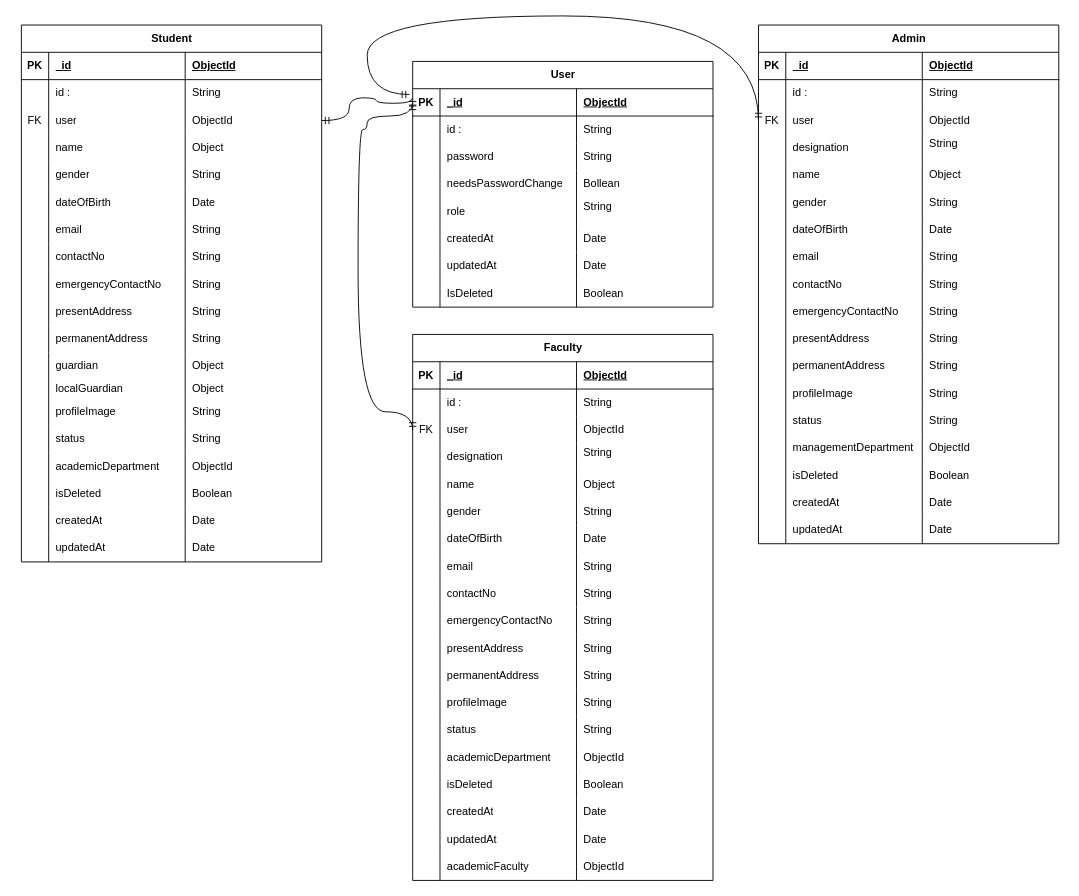
Above: Untitled Diagram.drawio in H-M-Nizum/University-Management (draw.io), before the change. Source tidied: cells renumbered, new cells numbered last; positions are measured from the earlier drawing's top-left corner, leaving out a move shared by most shapes. Both pictures are drawn from the tidied source at 91%, with x=0, y=0 at pixel (21, 15).
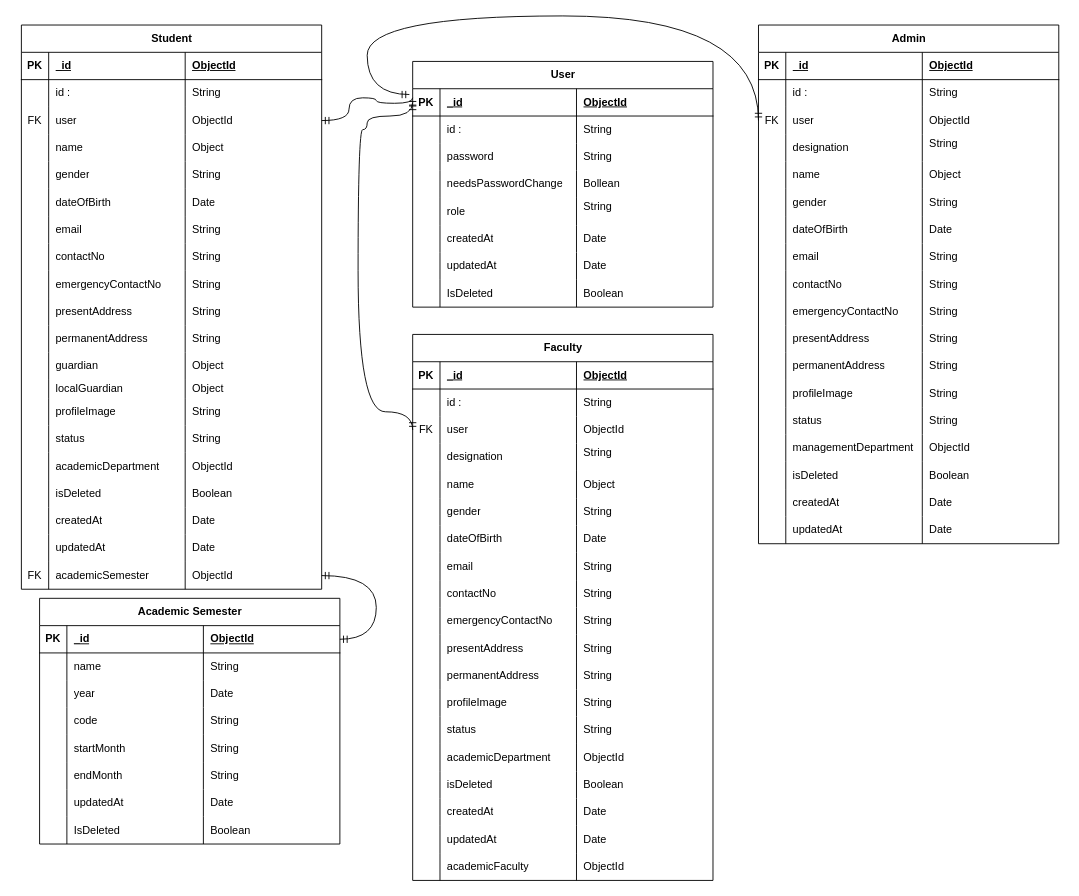
After the change.

Commit message (it also covers changes not shown here):
Create Academic Semester Interface Schema Model and Validation Schema

The edit, as a diff of the source:
```diff
@@
     <mxCell id="2" value="Student" style="shape=table;startSize=30;childLayout=tableLayout;rowLines=0;fontStyle=1;align=center;html=1;" parent="1" vertex="1">
-      <mxGeometry y="10" width="330" height="590" as="geometry" />
+      <mxGeometry y="10" width="330" height="620" as="geometry" />
     </mxCell>
@@
+    <mxCell id="265" style="shape=tableRow;horizontal=0;startSize=0;swimlaneHead=0;swimlaneBody=0;fillColor=none;points=[[0,0.5],[1,0.5]];portConstraint=eastwest;top=0;left=0;right=0;bottom=0;" parent="2" vertex="1">
+      <mxGeometry y="590" width="330" height="30" as="geometry" />
+    </mxCell>
+    <mxCell id="266" value="FK" style="shape=partialRectangle;fillColor=none;top=0;left=0;bottom=0;right=0;overflow=hidden;whiteSpace=wrap;html=1;" parent="265" vertex="1">
+      <mxGeometry width="30" height="30" as="geometry" />
+    </mxCell>
+    <mxCell id="267" value="academicSemester" style="shape=partialRectangle;fillColor=none;top=0;left=0;bottom=0;right=0;align=left;spacingLeft=6;overflow=hidden;whiteSpace=wrap;html=1;" parent="265" vertex="1">
+      <mxGeometry x="30" width="150" height="30" as="geometry" />
+    </mxCell>
+    <mxCell id="268" value="ObjectId" style="shape=partialRectangle;fillColor=none;top=0;left=0;bottom=0;right=0;align=left;spacingLeft=6;overflow=hidden;whiteSpace=wrap;html=1;" parent="265" vertex="1">
+      <mxGeometry x="180" width="150" height="30" as="geometry" />
+    </mxCell>
@@
+    <mxCell id="269" value="Academic Semester" style="shape=table;startSize=30;childLayout=tableLayout;rowLines=0;fontStyle=1;align=center;html=1;" parent="1" vertex="1">
+      <mxGeometry x="20" y="640" width="330" height="270" as="geometry" />
+    </mxCell>
+    <mxCell id="270" style="shape=tableRow;horizontal=0;startSize=0;swimlaneHead=0;swimlaneBody=0;fillColor=none;points=[[0,0.5],[1,0.5]];portConstraint=eastwest;top=0;left=0;right=0;bottom=1;" parent="269" vertex="1">
+      <mxGeometry y="30" width="330" height="30" as="geometry" />
+    </mxCell>
+    <mxCell id="271" value="PK" style="shape=partialRectangle;fillColor=none;top=0;left=0;bottom=0;right=0;fontStyle=1;overflow=hidden;whiteSpace=wrap;html=1;" parent="270" vertex="1">
+      <mxGeometry width="30" height="30" as="geometry" />
+    </mxCell>
+    <mxCell id="272" value="_id" style="shape=partialRectangle;fillColor=none;top=0;left=0;bottom=0;right=0;align=left;spacingLeft=6;fontStyle=5;overflow=hidden;whiteSpace=wrap;html=1;" parent="270" vertex="1">
+      <mxGeometry x="30" width="150" height="30" as="geometry" />
+    </mxCell>
+    <mxCell id="273" value="ObjectId" style="shape=partialRectangle;fillColor=none;top=0;left=0;bottom=0;right=0;align=left;spacingLeft=6;fontStyle=5;overflow=hidden;whiteSpace=wrap;html=1;" parent="270" vertex="1">
+      <mxGeometry x="180" width="150" height="30" as="geometry" />
+    </mxCell>
+    <mxCell id="274" style="shape=tableRow;horizontal=0;startSize=0;swimlaneHead=0;swimlaneBody=0;fillColor=none;top=0;left=0;right=0;bottom=0;strokeWidth=12;" parent="269" vertex="1">
+      <mxGeometry y="60" width="330" height="30" as="geometry" />
+    </mxCell>
+    <mxCell id="275" style="shape=partialRectangle;fillColor=none;top=0;left=0;bottom=0;right=0;overflow=hidden;whiteSpace=wrap;html=1;" parent="274" vertex="1">
+      <mxGeometry width="30" height="30" as="geometry" />
+    </mxCell>
+    <mxCell id="276" value="name" style="shape=partialRectangle;fillColor=none;top=0;left=0;bottom=0;right=0;align=left;spacingLeft=6;overflow=hidden;whiteSpace=wrap;html=1;" parent="274" vertex="1">
+      <mxGeometry x="30" width="150" height="30" as="geometry" />
+    </mxCell>
+    <mxCell id="277" value="String" style="shape=partialRectangle;fillColor=none;top=0;left=0;bottom=0;right=0;align=left;spacingLeft=6;overflow=hidden;whiteSpace=wrap;html=1;" parent="274" vertex="1">
+      <mxGeometry x="180" width="150" height="30" as="geometry" />
+    </mxCell>
+    <mxCell id="278" style="shape=tableRow;horizontal=0;startSize=0;swimlaneHead=0;swimlaneBody=0;fillColor=none;top=0;left=0;right=0;bottom=0;" parent="269" vertex="1">
+      <mxGeometry y="90" width="330" height="30" as="geometry" />
+    </mxCell>
+    <mxCell id="279" style="shape=partialRectangle;fillColor=none;top=0;left=0;bottom=0;right=0;overflow=hidden;whiteSpace=wrap;html=1;" parent="278" vertex="1">
+      <mxGeometry width="30" height="30" as="geometry" />
+    </mxCell>
+    <mxCell id="280" value="year" style="shape=partialRectangle;fillColor=none;top=0;left=0;bottom=0;right=0;align=left;spacingLeft=6;overflow=hidden;whiteSpace=wrap;html=1;" parent="278" vertex="1">
+      <mxGeometry x="30" width="150" height="30" as="geometry" />
+    </mxCell>
+    <mxCell id="281" value="Date" style="shape=partialRectangle;fillColor=none;top=0;left=0;bottom=0;right=0;align=left;spacingLeft=6;overflow=hidden;whiteSpace=wrap;html=1;" parent="278" vertex="1">
+      <mxGeometry x="180" width="150" height="30" as="geometry" />
+    </mxCell>
+    <mxCell id="282" style="shape=tableRow;horizontal=0;startSize=0;swimlaneHead=0;swimlaneBody=0;fillColor=none;top=0;left=0;right=0;bottom=0;" parent="269" vertex="1">
+      <mxGeometry y="120" width="330" height="30" as="geometry" />
+    </mxCell>
+    <mxCell id="283" style="shape=partialRectangle;fillColor=none;top=0;left=0;bottom=0;right=0;overflow=hidden;whiteSpace=wrap;html=1;" parent="282" vertex="1">
+      <mxGeometry width="30" height="30" as="geometry" />
+    </mxCell>
+    <mxCell id="284" value="code" style="shape=partialRectangle;fillColor=none;top=0;left=0;bottom=0;right=0;align=left;spacingLeft=6;overflow=hidden;whiteSpace=wrap;html=1;" parent="282" vertex="1">
+      <mxGeometry x="30" width="150" height="30" as="geometry" />
+    </mxCell>
+    <mxCell id="285" value="String" style="shape=partialRectangle;fillColor=none;top=0;left=0;bottom=0;right=0;align=left;spacingLeft=6;overflow=hidden;whiteSpace=wrap;html=1;" parent="282" vertex="1">
+      <mxGeometry x="180" width="150" height="30" as="geometry" />
+    </mxCell>
+    <mxCell id="286" style="shape=tableRow;horizontal=0;startSize=0;swimlaneHead=0;swimlaneBody=0;fillColor=none;top=0;left=0;right=0;bottom=0;flipH=0;" parent="269" vertex="1">
+      <mxGeometry y="150" width="330" height="30" as="geometry" />
+    </mxCell>
+    <mxCell id="287" style="shape=partialRectangle;fillColor=none;top=0;left=0;bottom=0;right=0;overflow=hidden;whiteSpace=wrap;html=1;" parent="286" vertex="1">
+      <mxGeometry width="30" height="30" as="geometry" />
+    </mxCell>
+    <mxCell id="288" value="startMonth" style="shape=partialRectangle;fillColor=none;top=0;left=0;bottom=0;right=0;align=left;spacingLeft=6;overflow=hidden;whiteSpace=wrap;html=1;" parent="286" vertex="1">
+      <mxGeometry x="30" width="150" height="30" as="geometry" />
+    </mxCell>
+    <mxCell id="289" value="&lt;div&gt;String&lt;/div&gt;" style="shape=partialRectangle;fillColor=none;top=0;left=0;bottom=0;right=0;align=left;spacingLeft=6;overflow=hidden;whiteSpace=wrap;html=1;" parent="286" vertex="1">
+      <mxGeometry x="180" width="150" height="30" as="geometry" />
+    </mxCell>
+    <mxCell id="290" style="shape=tableRow;horizontal=0;startSize=0;swimlaneHead=0;swimlaneBody=0;fillColor=none;top=0;left=0;right=0;bottom=0;" parent="269" vertex="1">
+      <mxGeometry y="180" width="330" height="30" as="geometry" />
+    </mxCell>
+    <mxCell id="291" style="shape=partialRectangle;fillColor=none;top=0;left=0;bottom=0;right=0;overflow=hidden;whiteSpace=wrap;html=1;" parent="290" vertex="1">
+      <mxGeometry width="30" height="30" as="geometry" />
+    </mxCell>
+    <mxCell id="292" value="endMonth" style="shape=partialRectangle;fillColor=none;top=0;left=0;bottom=0;right=0;align=left;spacingLeft=6;overflow=hidden;whiteSpace=wrap;html=1;" parent="290" vertex="1">
+      <mxGeometry x="30" width="150" height="30" as="geometry" />
+    </mxCell>
+    <mxCell id="293" value="String" style="shape=partialRectangle;fillColor=none;top=0;left=0;bottom=0;right=0;align=left;spacingLeft=6;overflow=hidden;whiteSpace=wrap;html=1;" parent="290" vertex="1">
+      <mxGeometry x="180" width="150" height="30" as="geometry" />
+    </mxCell>
+    <mxCell id="294" style="shape=tableRow;horizontal=0;startSize=0;swimlaneHead=0;swimlaneBody=0;fillColor=none;top=0;left=0;right=0;bottom=0;" parent="269" vertex="1">
+      <mxGeometry y="210" width="330" height="30" as="geometry" />
+    </mxCell>
+    <mxCell id="295" style="shape=partialRectangle;fillColor=none;top=0;left=0;bottom=0;right=0;overflow=hidden;whiteSpace=wrap;html=1;" parent="294" vertex="1">
+      <mxGeometry width="30" height="30" as="geometry" />
+    </mxCell>
+    <mxCell id="296" value="updatedAt" style="shape=partialRectangle;fillColor=none;top=0;left=0;bottom=0;right=0;align=left;spacingLeft=6;overflow=hidden;whiteSpace=wrap;html=1;" parent="294" vertex="1">
+      <mxGeometry x="30" width="150" height="30" as="geometry" />
+    </mxCell>
+    <mxCell id="297" value="Date" style="shape=partialRectangle;fillColor=none;top=0;left=0;bottom=0;right=0;align=left;spacingLeft=6;overflow=hidden;whiteSpace=wrap;html=1;" parent="294" vertex="1">
+      <mxGeometry x="180" width="150" height="30" as="geometry" />
+    </mxCell>
+    <mxCell id="298" style="shape=tableRow;horizontal=0;startSize=0;swimlaneHead=0;swimlaneBody=0;fillColor=none;top=0;left=0;right=0;bottom=0;flipH=0;" parent="269" vertex="1">
+      <mxGeometry y="240" width="330" height="30" as="geometry" />
+    </mxCell>
+    <mxCell id="299" style="shape=partialRectangle;fillColor=none;top=0;left=0;bottom=0;right=0;overflow=hidden;whiteSpace=wrap;html=1;" parent="298" vertex="1">
+      <mxGeometry width="30" height="30" as="geometry" />
+    </mxCell>
+    <mxCell id="300" value="IsDeleted" style="shape=partialRectangle;fillColor=none;top=0;left=0;bottom=0;right=0;align=left;spacingLeft=6;overflow=hidden;whiteSpace=wrap;html=1;" parent="298" vertex="1">
+      <mxGeometry x="30" width="150" height="30" as="geometry" />
+    </mxCell>
+    <mxCell id="301" value="&lt;div&gt;Boolean&lt;/div&gt;" style="shape=partialRectangle;fillColor=none;top=0;left=0;bottom=0;right=0;align=left;spacingLeft=6;overflow=hidden;whiteSpace=wrap;html=1;" parent="298" vertex="1">
+      <mxGeometry x="180" width="150" height="30" as="geometry" />
+    </mxCell>
+    <mxCell id="302" style="edgeStyle=orthogonalEdgeStyle;fontSize=12;html=1;endArrow=ERmandOne;startArrow=ERmandOne;rounded=0;curved=1;entryX=1;entryY=0.5;entryDx=0;entryDy=0;exitX=1;exitY=0.5;exitDx=0;exitDy=0;" parent="1" edge="1" source="265" target="270">
+      <mxGeometry relative="1" as="geometry">
+        <Array as="points">
+          <mxPoint x="390" y="615" />
+          <mxPoint x="390" y="685" />
+        </Array>
+      </mxGeometry>
+    </mxCell>
```
